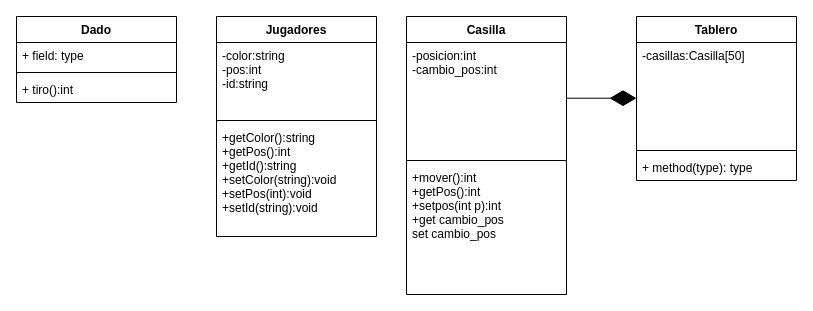
The draw.io diagram Primer semestre/Proyectos_Finales/clases.drawio in celiphcephei/Uni, before the edit. Source tidied: cells renumbered, new cells numbered last; positions are measured from the earlier drawing's top-left corner, leaving out a move shared by most shapes. Both pictures are drawn from the tidied source at 100%, with x=0, y=0 at pixel (16, 16).
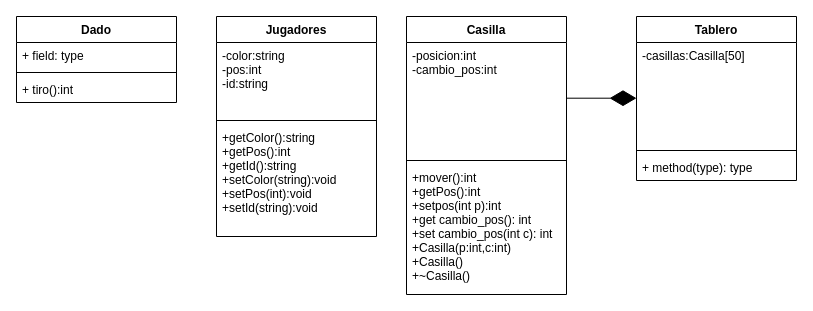
The same page after the edit.

What changed in the source:
```diff
@@
 <mxGraphModel>
   <root>
     <mxCell id="0" />
     <mxCell id="1" parent="0" />
     <mxCell id="2" value="Dado" style="swimlane;fontStyle=1;align=center;verticalAlign=top;horizontal=1;startSize=26;" parent="1" vertex="1">
       <mxGeometry width="160" height="86" as="geometry" />
     </mxCell>
     <mxCell id="3" value="+ field: type" style="text;strokeColor=none;fillColor=none;align=left;verticalAlign=top;spacingLeft=4;spacingRight=4;overflow=hidden;" parent="2" vertex="1">
       <mxGeometry y="26" width="160" height="26" as="geometry" />
     </mxCell>
     <mxCell id="4" style="line;strokeWidth=1;fillColor=none;align=left;verticalAlign=middle;spacingTop=-1;spacingLeft=3;spacingRight=3;labelPosition=right;" parent="2" vertex="1">
       <mxGeometry y="52" width="160" height="8" as="geometry" />
     </mxCell>
     <mxCell id="5" value="+ tiro():int" style="text;strokeColor=none;fillColor=none;align=left;verticalAlign=top;spacingLeft=4;spacingRight=4;overflow=hidden;" parent="2" vertex="1">
       <mxGeometry y="60" width="160" height="26" as="geometry" />
     </mxCell>
     <mxCell id="6" value="Jugadores" style="swimlane;fontStyle=1;align=center;verticalAlign=top;horizontal=1;startSize=26;" parent="1" vertex="1">
       <mxGeometry x="200" width="160" height="220" as="geometry" />
     </mxCell>
     <mxCell id="7" value="-color:string&#10;-pos:int&#10;-id:string&#10;" style="text;strokeColor=none;fillColor=none;align=left;verticalAlign=top;spacingLeft=4;spacingRight=4;overflow=hidden;" parent="6" vertex="1">
       <mxGeometry y="26" width="160" height="74" as="geometry" />
     </mxCell>
     <mxCell id="8" style="line;strokeWidth=1;fillColor=none;align=left;verticalAlign=middle;spacingTop=-1;spacingLeft=3;spacingRight=3;labelPosition=right;" parent="6" vertex="1">
       <mxGeometry y="100" width="160" height="8" as="geometry" />
     </mxCell>
     <mxCell id="9" value="+getColor():string&#10;+getPos():int&#10;+getId():string&#10;+setColor(string):void&#10;+setPos(int):void&#10;+setId(string):void" style="text;strokeColor=none;fillColor=none;align=left;verticalAlign=top;spacingLeft=4;spacingRight=4;overflow=hidden;" parent="6" vertex="1">
       <mxGeometry y="108" width="160" height="112" as="geometry" />
     </mxCell>
     <mxCell id="10" value="Casilla" style="swimlane;fontStyle=1;align=center;verticalAlign=top;horizontal=1;startSize=26;" parent="1" vertex="1">
       <mxGeometry x="390" width="160" height="278" as="geometry" />
     </mxCell>
     <mxCell id="11" value="-posicion:int&#10;-cambio_pos:int&#10;" style="text;strokeColor=none;fillColor=none;align=left;verticalAlign=top;spacingLeft=4;spacingRight=4;overflow=hidden;" parent="10" vertex="1">
       <mxGeometry y="26" width="160" height="114" as="geometry" />
     </mxCell>
     <mxCell id="12" style="line;strokeWidth=1;fillColor=none;align=left;verticalAlign=middle;spacingTop=-1;spacingLeft=3;spacingRight=3;labelPosition=right;" parent="10" vertex="1">
       <mxGeometry y="140" width="160" height="8" as="geometry" />
     </mxCell>
-    <mxCell id="13" value="+mover():int&#10;+getPos():int&#10;+setpos(int p):int&#10;+get cambio_pos&#10;set cambio_pos" style="text;strokeColor=none;fillColor=none;align=left;verticalAlign=top;spacingLeft=4;spacingRight=4;overflow=hidden;" parent="10" vertex="1">
+    <mxCell id="13" value="+mover():int&#10;+getPos():int&#10;+setpos(int p):int&#10;+get cambio_pos(): int&#10;+set cambio_pos(int c): int&#10;+Casilla(p:int,c:int)&#10;+Casilla()&#10;+~Casilla()" style="text;strokeColor=none;fillColor=none;align=left;verticalAlign=top;spacingLeft=4;spacingRight=4;overflow=hidden;" parent="10" vertex="1">
       <mxGeometry y="148" width="160" height="130" as="geometry" />
     </mxCell>
     <mxCell id="14" value="Tablero" style="swimlane;fontStyle=1;align=center;verticalAlign=top;horizontal=1;startSize=26;" parent="1" vertex="1">
       <mxGeometry x="620" width="160" height="164" as="geometry" />
     </mxCell>
     <mxCell id="15" value="-casillas:Casilla[50]" style="text;strokeColor=none;fillColor=none;align=left;verticalAlign=top;spacingLeft=4;spacingRight=4;overflow=hidden;" parent="14" vertex="1">
       <mxGeometry y="26" width="160" height="104" as="geometry" />
     </mxCell>
     <mxCell id="16" style="line;strokeWidth=1;fillColor=none;align=left;verticalAlign=middle;spacingTop=-1;spacingLeft=3;spacingRight=3;labelPosition=right;" parent="14" vertex="1">
       <mxGeometry y="130" width="160" height="8" as="geometry" />
     </mxCell>
     <mxCell id="17" value="+ method(type): type" style="text;strokeColor=none;fillColor=none;align=left;verticalAlign=top;spacingLeft=4;spacingRight=4;overflow=hidden;" parent="14" vertex="1">
       <mxGeometry y="138" width="160" height="26" as="geometry" />
     </mxCell>
     <mxCell id="18" style="endArrow=diamondThin;endFill=1;endSize=24;html=1;" parent="1" edge="1">
       <mxGeometry relative="1" as="geometry">
         <mxPoint x="550" y="81.7" as="sourcePoint" />
         <mxPoint x="620" y="81.7" as="targetPoint" />
       </mxGeometry>
     </mxCell>
   </root>
 </mxGraphModel>
```
